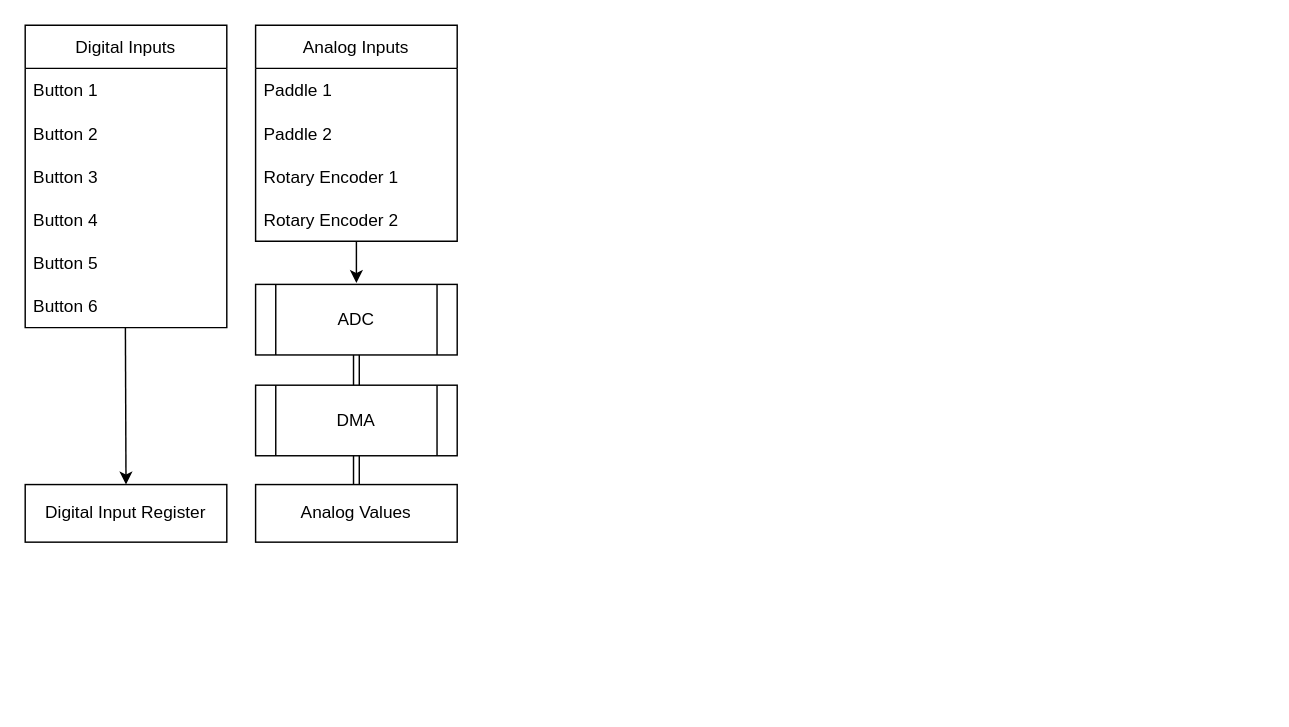
Before: page "Data FLow" (2 of 2) of Steering_wheel_2022.drawio in Jack17432/FSAE_steering_wheel_2022, a draw.io diagram. Source tidied: cells renumbered, new cells numbered last; positions are measured from the earlier drawing's top-left corner, leaving out a move shared by most shapes. Both pictures are drawn from the tidied source at 144%, with x=0, y=0 at pixel (24, 24).
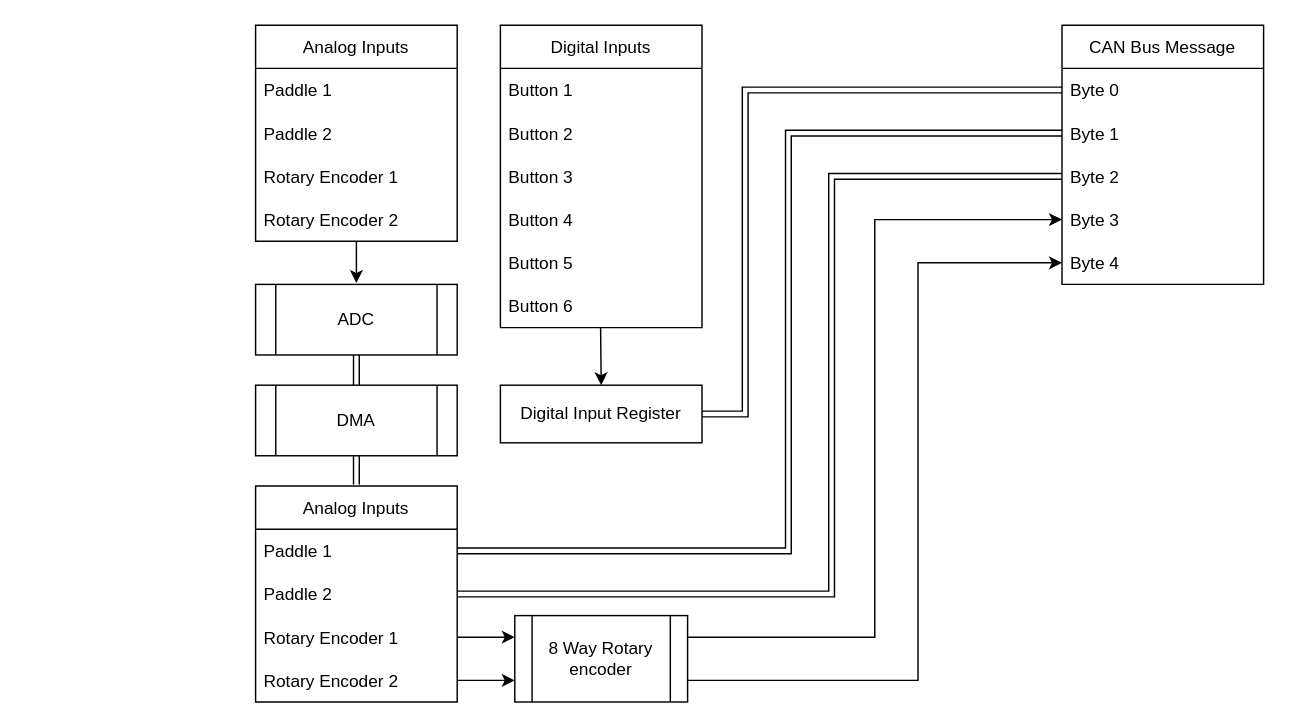
Above is the later version.

Commit message:
Finished DataFlow diagram

The change refers to these unchanged cells:
```xml
<mxCell id="17" value="DMA" style="shape=process;whiteSpace=wrap;html=1;backgroundOutline=1;" parent="1" vertex="1">
  <mxGeometry x="160" y="250" width="140" height="49" as="geometry" />
</mxCell>
```

What changed in the source:
```diff
@@
     <mxCell id="2" value="Digital Inputs" style="swimlane;fontStyle=0;horizontal=1;startSize=30;" parent="1" vertex="1">
-      <mxGeometry width="140" height="210" as="geometry" />
+      <mxGeometry x="330" width="140" height="210" as="geometry" />
     </mxCell>
@@
     <mxCell id="9" value="Digital Input Register" style="rounded=0;whiteSpace=wrap;html=1;" parent="1" vertex="1">
-      <mxGeometry y="319" width="140" height="40" as="geometry" />
+      <mxGeometry x="330" y="250" width="140" height="40" as="geometry" />
     </mxCell>
@@
-    <mxCell id="16" value="Analog Values" style="rounded=0;whiteSpace=wrap;html=1;" parent="1" vertex="1">
-      <mxGeometry x="160" y="319" width="140" height="40" as="geometry" />
-    </mxCell>
@@
-    <mxCell id="19" style="shape=link;html=1;rounded=0;exitX=0.5;exitY=1;exitDx=0;exitDy=0;entryX=0.5;entryY=0;entryDx=0;entryDy=0;" parent="1" edge="1" source="17" target="16">
-      <mxGeometry relative="1" as="geometry" />
+    <mxCell id="19" style="shape=link;html=1;rounded=0;exitX=0.5;exitY=1;exitDx=0;exitDy=0;entryX=0.5;entryY=0;entryDx=0;entryDy=0;" parent="1" edge="1" source="17">
+      <mxGeometry relative="1" as="geometry">
+        <mxPoint x="230" y="319" as="targetPoint" />
+      </mxGeometry>
     </mxCell>
@@
+    <mxCell id="22" value="Analog Inputs" style="swimlane;fontStyle=0;horizontal=1;startSize=30;" parent="1" vertex="1">
+      <mxGeometry x="160" y="320" width="140" height="150" as="geometry" />
+    </mxCell>
+    <mxCell id="23" value="Paddle 1" style="text;strokeColor=none;fillColor=none;align=left;verticalAlign=middle;spacingLeft=4;spacingRight=4;overflow=hidden;points=[[0,0.5],[1,0.5]];portConstraint=eastwest;" parent="22" vertex="1">
+      <mxGeometry y="30" width="140" height="30" as="geometry" />
+    </mxCell>
+    <mxCell id="24" value="Paddle 2" style="text;strokeColor=none;fillColor=none;align=left;verticalAlign=middle;spacingLeft=4;spacingRight=4;overflow=hidden;points=[[0,0.5],[1,0.5]];portConstraint=eastwest;" parent="22" vertex="1">
+      <mxGeometry y="60" width="140" height="30" as="geometry" />
+    </mxCell>
+    <mxCell id="25" value="Rotary Encoder 1" style="text;strokeColor=none;fillColor=none;align=left;verticalAlign=middle;spacingLeft=4;spacingRight=4;overflow=hidden;points=[[0,0.5],[1,0.5]];portConstraint=eastwest;" parent="22" vertex="1">
+      <mxGeometry y="90" width="140" height="30" as="geometry" />
+    </mxCell>
+    <mxCell id="26" value="Rotary Encoder 2" style="text;strokeColor=none;fillColor=none;align=left;verticalAlign=middle;spacingLeft=4;spacingRight=4;overflow=hidden;points=[[0,0.5],[1,0.5]];portConstraint=eastwest;" parent="22" vertex="1">
+      <mxGeometry y="120" width="140" height="30" as="geometry" />
+    </mxCell>
+    <mxCell id="27" value="CAN Bus Message" style="swimlane;fontStyle=0;horizontal=1;startSize=30;" parent="1" vertex="1">
+      <mxGeometry x="720" width="140" height="180" as="geometry" />
+    </mxCell>
+    <mxCell id="28" value="Byte 0" style="text;strokeColor=none;fillColor=none;align=left;verticalAlign=middle;spacingLeft=4;spacingRight=4;overflow=hidden;points=[[0,0.5],[1,0.5]];portConstraint=eastwest;" parent="27" vertex="1">
+      <mxGeometry y="30" width="140" height="30" as="geometry" />
+    </mxCell>
+    <mxCell id="29" value="Byte 1" style="text;strokeColor=none;fillColor=none;align=left;verticalAlign=middle;spacingLeft=4;spacingRight=4;overflow=hidden;points=[[0,0.5],[1,0.5]];portConstraint=eastwest;" parent="27" vertex="1">
+      <mxGeometry y="60" width="140" height="30" as="geometry" />
+    </mxCell>
+    <mxCell id="30" value="Byte 2" style="text;strokeColor=none;fillColor=none;align=left;verticalAlign=middle;spacingLeft=4;spacingRight=4;overflow=hidden;points=[[0,0.5],[1,0.5]];portConstraint=eastwest;" parent="27" vertex="1">
+      <mxGeometry y="90" width="140" height="30" as="geometry" />
+    </mxCell>
+    <mxCell id="31" value="Byte 3" style="text;strokeColor=none;fillColor=none;align=left;verticalAlign=middle;spacingLeft=4;spacingRight=4;overflow=hidden;points=[[0,0.5],[1,0.5]];portConstraint=eastwest;" parent="27" vertex="1">
+      <mxGeometry y="120" width="140" height="30" as="geometry" />
+    </mxCell>
+    <mxCell id="32" value="Byte 4" style="text;strokeColor=none;fillColor=none;align=left;verticalAlign=middle;spacingLeft=4;spacingRight=4;overflow=hidden;points=[[0,0.5],[1,0.5]];portConstraint=eastwest;" parent="27" vertex="1">
+      <mxGeometry y="150" width="140" height="30" as="geometry" />
+    </mxCell>
+    <mxCell id="33" value="8 Way Rotary encoder" style="shape=process;whiteSpace=wrap;html=1;backgroundOutline=1;" parent="1" vertex="1">
+      <mxGeometry x="340" y="410" width="120" height="60" as="geometry" />
+    </mxCell>
+    <mxCell id="34" style="shape=link;html=1;rounded=0;entryX=0;entryY=0.5;entryDx=0;entryDy=0;exitX=1;exitY=0.5;exitDx=0;exitDy=0;" parent="1" edge="1" source="9" target="28">
+      <mxGeometry relative="1" as="geometry">
+        <Array as="points">
+          <mxPoint x="500" y="270" />
+          <mxPoint x="500" y="45" />
+        </Array>
+      </mxGeometry>
+    </mxCell>
+    <mxCell id="35" style="endArrow=classic;html=1;rounded=0;exitX=1;exitY=0.5;exitDx=0;exitDy=0;entryX=0;entryY=0.25;entryDx=0;entryDy=0;" parent="1" edge="1" source="25" target="33">
+      <mxGeometry relative="1" as="geometry" />
+    </mxCell>
+    <mxCell id="36" style="endArrow=classic;html=1;rounded=0;exitX=1;exitY=0.5;exitDx=0;exitDy=0;entryX=0;entryY=0.75;entryDx=0;entryDy=0;" parent="1" edge="1" source="26" target="33">
+      <mxGeometry relative="1" as="geometry" />
+    </mxCell>
+    <mxCell id="37" style="shape=link;html=1;rounded=0;entryX=0;entryY=0.5;entryDx=0;entryDy=0;exitX=1;exitY=0.5;exitDx=0;exitDy=0;" parent="1" edge="1" source="23" target="29">
+      <mxGeometry relative="1" as="geometry">
+        <Array as="points">
+          <mxPoint x="530" y="365" />
+          <mxPoint x="530" y="75" />
+        </Array>
+      </mxGeometry>
+    </mxCell>
+    <mxCell id="38" style="shape=link;html=1;rounded=0;entryX=0;entryY=0.5;entryDx=0;entryDy=0;exitX=1;exitY=0.5;exitDx=0;exitDy=0;" parent="1" edge="1" source="24" target="30">
+      <mxGeometry relative="1" as="geometry">
+        <Array as="points">
+          <mxPoint x="560" y="395" />
+          <mxPoint x="560" y="105" />
+        </Array>
+      </mxGeometry>
+    </mxCell>
+    <mxCell id="39" style="endArrow=classic;html=1;rounded=0;entryX=0;entryY=0.5;entryDx=0;entryDy=0;exitX=1;exitY=0.25;exitDx=0;exitDy=0;" parent="1" edge="1" source="33" target="31">
+      <mxGeometry relative="1" as="geometry">
+        <Array as="points">
+          <mxPoint x="590" y="425" />
+          <mxPoint x="590" y="135" />
+        </Array>
+      </mxGeometry>
+    </mxCell>
+    <mxCell id="40" style="endArrow=classic;html=1;rounded=0;entryX=0;entryY=0.5;entryDx=0;entryDy=0;exitX=1;exitY=0.75;exitDx=0;exitDy=0;" parent="1" edge="1" source="33" target="32">
+      <mxGeometry relative="1" as="geometry">
+        <Array as="points">
+          <mxPoint x="620" y="455" />
+          <mxPoint x="620" y="165" />
+        </Array>
+      </mxGeometry>
+    </mxCell>
```
